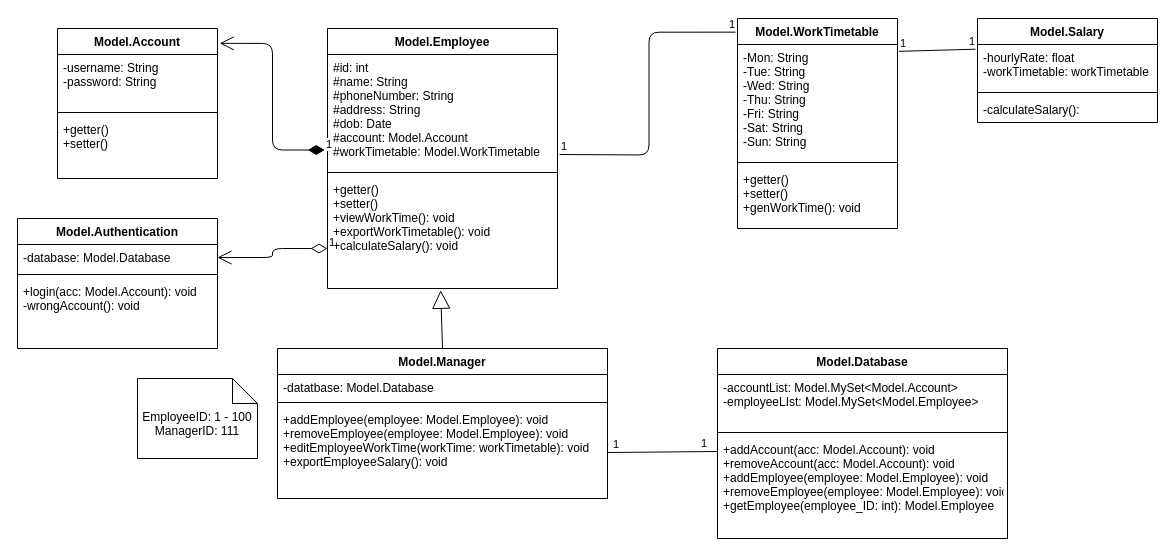
Above: Diagram/Class Diagram.drawio in hakunhan/employee_management (draw.io), before the change. Source tidied: cells renumbered, new cells numbered last; positions are measured from the earlier drawing's top-left corner, leaving out a move shared by most shapes. Both pictures are drawn from the tidied source at 100%, with x=0, y=0 at pixel (17, 18).
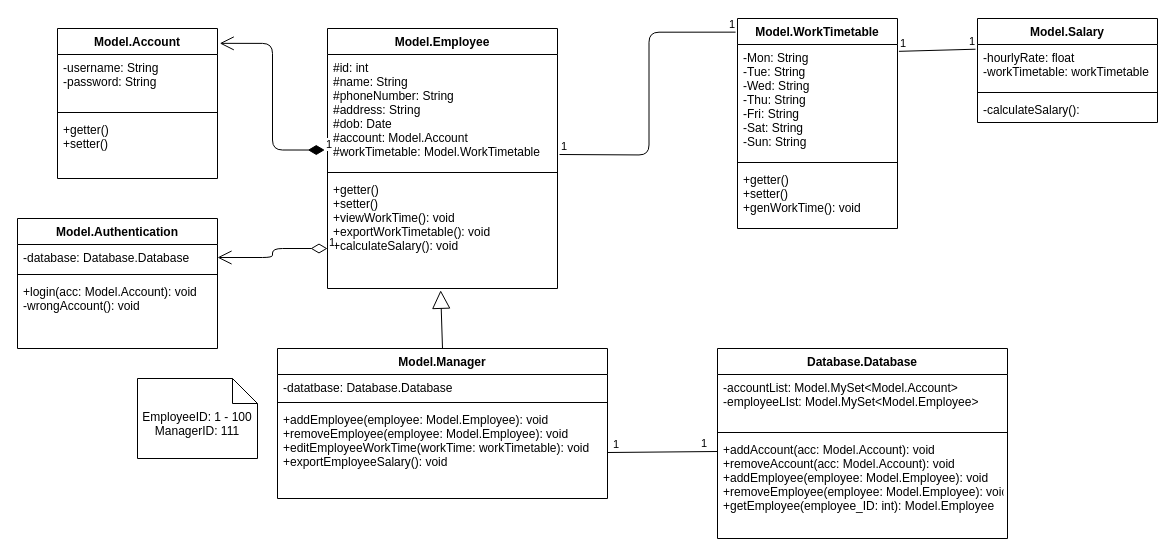
Above is the later version.

Unchanged cells that the change refers to:
```xml
<mxCell id="6" value="Model.Manager" style="swimlane;fontStyle=1;align=center;verticalAlign=top;horizontal=1;startSize=26;" parent="1" vertex="1">
  <mxGeometry x="260" y="330" width="330" height="150" as="geometry" />
</mxCell>
<mxCell id="31" value="Model.Authentication" style="swimlane;fontStyle=1;align=center;verticalAlign=top;horizontal=1;startSize=26;" parent="1" vertex="1">
  <mxGeometry y="200" width="200" height="130" as="geometry" />
</mxCell>
```

Diff of the diagram source:
```diff
@@
-    <mxCell id="7" value="-datatbase: Model.Database " style="text;strokeColor=none;fillColor=none;align=left;verticalAlign=top;spacingLeft=4;spacingRight=4;overflow=hidden;" parent="6" vertex="1">
+    <mxCell id="7" value="-datatbase: Database.Database " style="text;strokeColor=none;fillColor=none;align=left;verticalAlign=top;spacingLeft=4;spacingRight=4;overflow=hidden;" parent="6" vertex="1">
       <mxGeometry y="26" width="330" height="24" as="geometry" />
     </mxCell>
@@
-    <mxCell id="32" value="-database: Model.Database" style="text;strokeColor=none;fillColor=none;align=left;verticalAlign=top;spacingLeft=4;spacingRight=4;overflow=hidden;points=[[0,0.5],[1,0.5]];portConstraint=eastwest;" parent="31" vertex="1">
+    <mxCell id="32" value="-database: Database.Database" style="text;strokeColor=none;fillColor=none;align=left;verticalAlign=top;spacingLeft=4;spacingRight=4;overflow=hidden;points=[[0,0.5],[1,0.5]];portConstraint=eastwest;" parent="31" vertex="1">
       <mxGeometry y="26" width="200" height="26" as="geometry" />
     </mxCell>
@@
-    <mxCell id="36" value="Model.Database" style="swimlane;fontStyle=1;align=center;verticalAlign=top;horizontal=1;startSize=26;" parent="1" vertex="1">
+    <mxCell id="36" value="Database.Database" style="swimlane;fontStyle=1;align=center;verticalAlign=top;horizontal=1;startSize=26;" parent="1" vertex="1">
       <mxGeometry x="700" y="330" width="290" height="190" as="geometry" />
     </mxCell>
```
